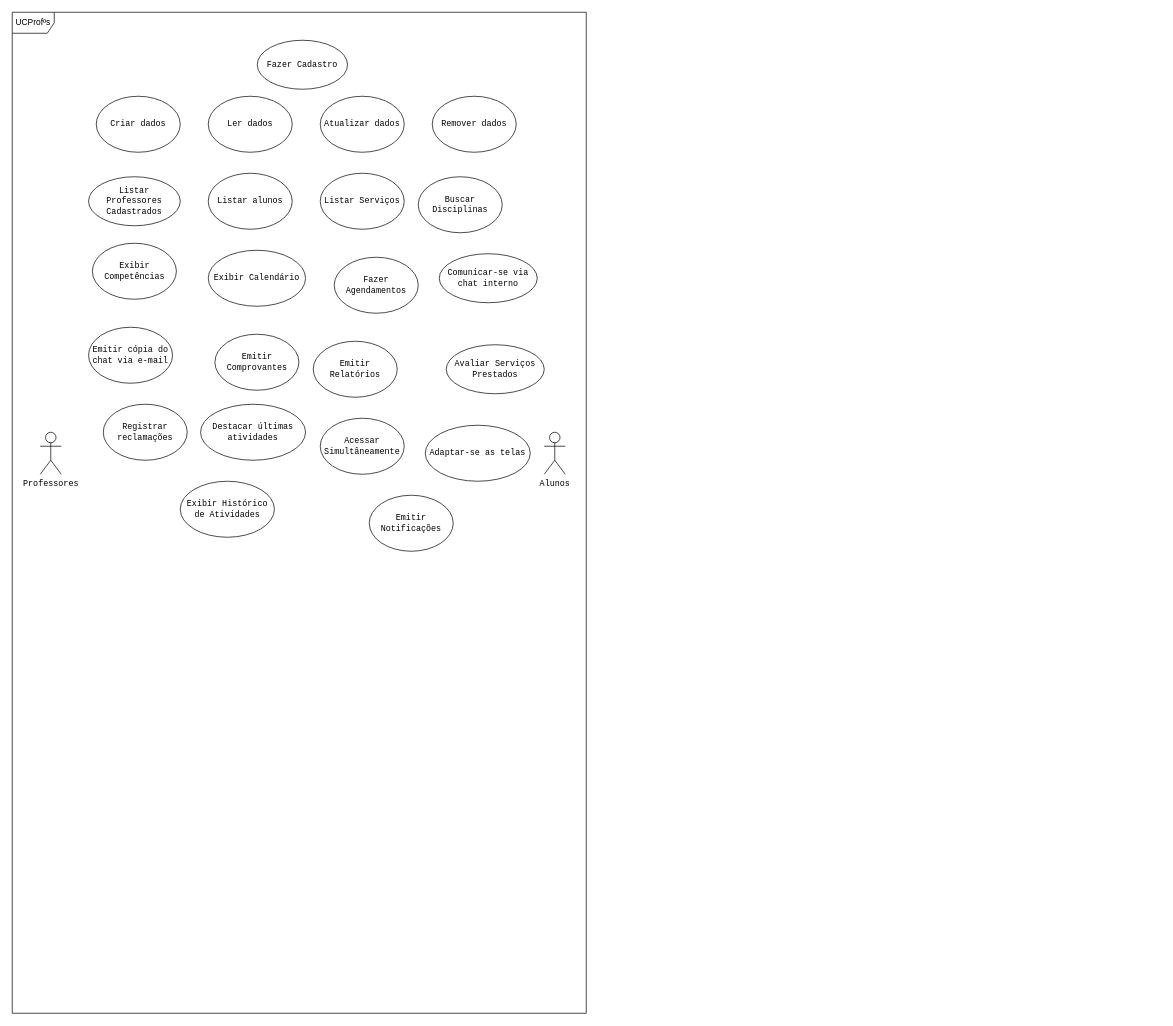
The draw.io diagram Caso de Uso.drawio in gabi-lessa/AnaliseProjetoSistemas, before the edit. Source tidied: cells renumbered, new cells numbered last; positions are measured from the earlier drawing's top-left corner, leaving out a move shared by most shapes. Both pictures are drawn from the tidied source at 70%, with x=0, y=0 at pixel (12, 12).
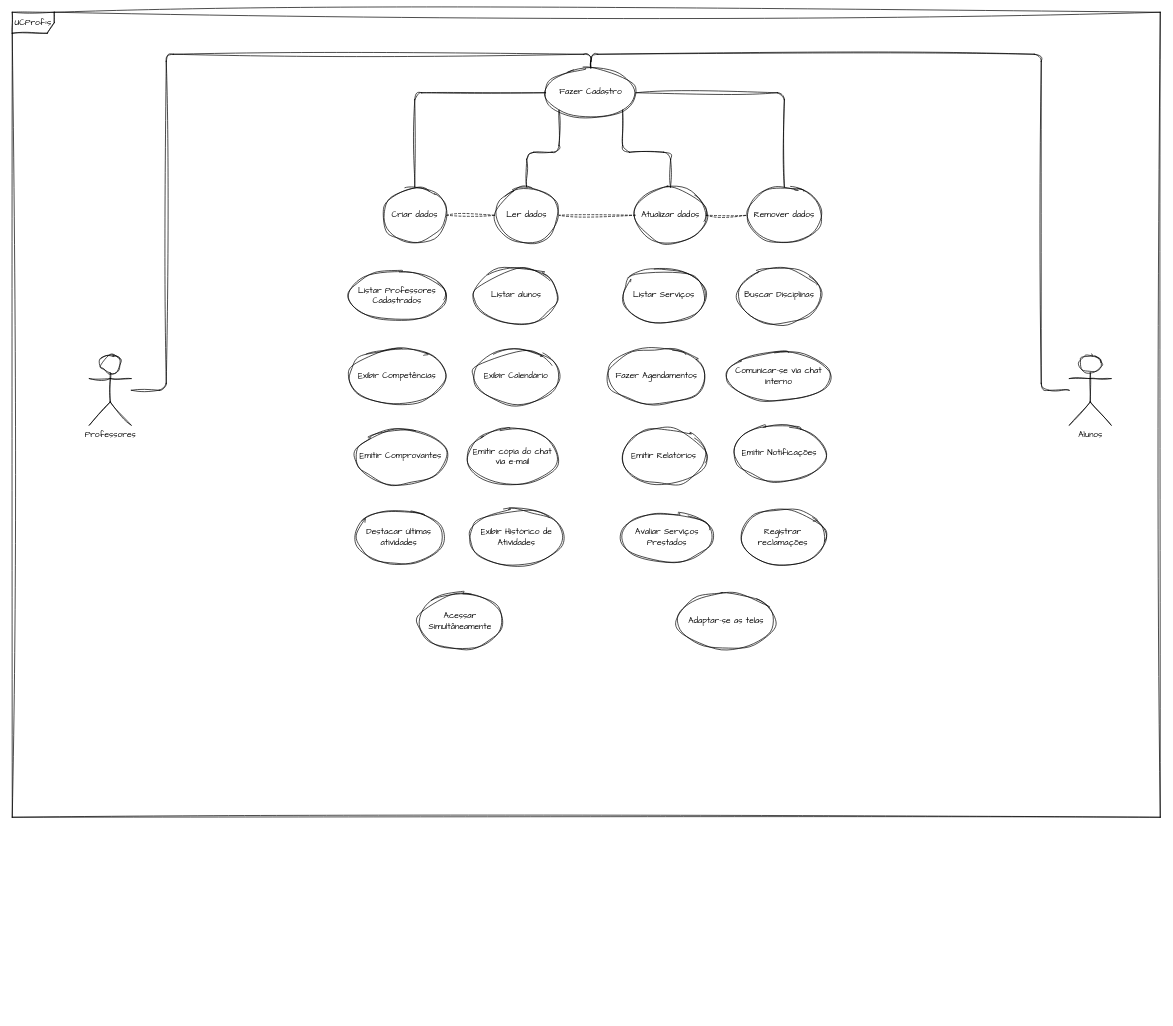
Above is the later version.

Change to the diagram source:
```diff
@@
+    <mxCell id="4" value="UCProfºs" style="shape=umlFrame;whiteSpace=wrap;html=1;rounded=1;sketch=1;curveFitting=1;jiggle=2;fontFamily=Architects Daughter;" parent="1" vertex="1">
+      <mxGeometry width="1640" height="1150" as="geometry" />
+    </mxCell>
-    <mxCell id="2" value="Professores" style="shape=umlActor;verticalLabelPosition=bottom;verticalAlign=top;html=1;outlineConnect=0;fontFamily=Courier New;" parent="1" vertex="1">
-      <mxGeometry x="40" y="600" width="30" height="60" as="geometry" />
+    <mxCell id="2" value="Professores" style="shape=umlActor;verticalLabelPosition=bottom;verticalAlign=top;html=1;outlineConnect=0;fontFamily=Architects Daughter;rounded=1;sketch=1;curveFitting=1;jiggle=2;" parent="1" vertex="1">
+      <mxGeometry x="110" y="490" width="60" height="100" as="geometry" />
     </mxCell>
-    <mxCell id="3" value="Alunos" style="shape=umlActor;verticalLabelPosition=bottom;verticalAlign=top;html=1;outlineConnect=0;fontFamily=Courier New;" parent="1" vertex="1">
-      <mxGeometry x="760" y="600" width="30" height="60" as="geometry" />
-    </mxCell>
-    <mxCell id="4" value="UCProfºs" style="shape=umlFrame;whiteSpace=wrap;html=1;" parent="1" vertex="1">
-      <mxGeometry width="820" height="1430" as="geometry" />
-    </mxCell>
+    <mxCell id="28" style="edgeStyle=orthogonalEdgeStyle;rounded=1;jettySize=auto;html=1;entryX=0.5;entryY=0;entryDx=0;entryDy=0;endArrow=none;endFill=0;sketch=1;curveFitting=1;jiggle=2;" parent="1" edge="1" source="3" target="5">
+      <mxGeometry relative="1" as="geometry">
+        <Array as="points">
+          <mxPoint x="1470" y="540" />
+          <mxPoint x="1470" y="60" />
+          <mxPoint x="827" y="60" />
+        </Array>
+      </mxGeometry>
+    </mxCell>
-    <mxCell id="5" value="Fazer Cadastro" style="ellipse;whiteSpace=wrap;html=1;fontFamily=Courier New;" parent="1" vertex="1">
-      <mxGeometry x="350" y="40" width="129" height="70" as="geometry" />
+    <mxCell id="5" value="Fazer Cadastro" style="ellipse;whiteSpace=wrap;html=1;fontFamily=Architects Daughter;rounded=1;sketch=1;curveFitting=1;jiggle=2;" parent="1" vertex="1">
+      <mxGeometry x="762" y="80" width="129" height="70" as="geometry" />
     </mxCell>
-    <mxCell id="6" value="Listar Professores Cadastrados" style="ellipse;whiteSpace=wrap;html=1;fontFamily=Courier New;" parent="1" vertex="1">
-      <mxGeometry x="109" y="235" width="131" height="70" as="geometry" />
+    <mxCell id="6" value="Listar Professores Cadastrados" style="ellipse;whiteSpace=wrap;html=1;fontFamily=Architects Daughter;rounded=1;sketch=1;curveFitting=1;jiggle=2;" parent="1" vertex="1">
+      <mxGeometry x="480" y="370" width="140" height="70" as="geometry" />
     </mxCell>
-    <mxCell id="7" value="Avaliar Serviços Prestados" style="ellipse;whiteSpace=wrap;html=1;fontFamily=Courier New;" parent="1" vertex="1">
-      <mxGeometry x="620" y="475" width="140" height="70" as="geometry" />
+    <mxCell id="7" value="Avaliar Serviços Prestados" style="ellipse;whiteSpace=wrap;html=1;fontFamily=Architects Daughter;rounded=1;sketch=1;curveFitting=1;jiggle=2;" parent="1" vertex="1">
+      <mxGeometry x="870" y="715" width="131" height="70" as="geometry" />
     </mxCell>
-    <mxCell id="8" value="Comunicar-se via chat interno" style="ellipse;whiteSpace=wrap;html=1;fontFamily=Courier New;" parent="1" vertex="1">
-      <mxGeometry x="610" y="345" width="140" height="70" as="geometry" />
+    <mxCell id="8" value="Comunicar-se via chat interno" style="ellipse;whiteSpace=wrap;html=1;fontFamily=Architects Daughter;rounded=1;sketch=1;curveFitting=1;jiggle=2;" parent="1" vertex="1">
+      <mxGeometry x="1020" y="485" width="150" height="70" as="geometry" />
     </mxCell>
-    <mxCell id="9" value="Exibir Calendário" style="ellipse;whiteSpace=wrap;html=1;fontFamily=Courier New;" parent="1" vertex="1">
-      <mxGeometry x="280" y="340" width="139" height="80" as="geometry" />
+    <mxCell id="9" value="Exibir Calendário" style="ellipse;whiteSpace=wrap;html=1;fontFamily=Architects Daughter;rounded=1;sketch=1;curveFitting=1;jiggle=2;" parent="1" vertex="1">
+      <mxGeometry x="660" y="480" width="120" height="80" as="geometry" />
     </mxCell>
-    <mxCell id="10" value="Exibir Competências" style="ellipse;whiteSpace=wrap;html=1;fontFamily=Courier New;" parent="1" vertex="1">
-      <mxGeometry x="114.5" y="330" width="120" height="80" as="geometry" />
+    <mxCell id="10" value="Exibir Competências" style="ellipse;whiteSpace=wrap;html=1;fontFamily=Architects Daughter;rounded=1;sketch=1;curveFitting=1;jiggle=2;" parent="1" vertex="1">
+      <mxGeometry x="480" y="480" width="140" height="80" as="geometry" />
     </mxCell>
-    <mxCell id="11" value="Emitir Relatórios" style="ellipse;whiteSpace=wrap;html=1;fontFamily=Courier New;" parent="1" vertex="1">
-      <mxGeometry x="430" y="470" width="120" height="80" as="geometry" />
+    <mxCell id="11" value="Emitir Relatórios" style="ellipse;whiteSpace=wrap;html=1;fontFamily=Architects Daughter;rounded=1;sketch=1;curveFitting=1;jiggle=2;" parent="1" vertex="1">
+      <mxGeometry x="871" y="595" width="120" height="80" as="geometry" />
     </mxCell>
-    <mxCell id="12" value="Fazer Agendamentos" style="ellipse;whiteSpace=wrap;html=1;fontFamily=Courier New;" parent="1" vertex="1">
-      <mxGeometry x="460" y="350" width="120" height="80" as="geometry" />
+    <mxCell id="12" value="Fazer Agendamentos" style="ellipse;whiteSpace=wrap;html=1;fontFamily=Architects Daughter;rounded=1;sketch=1;curveFitting=1;jiggle=2;" parent="1" vertex="1">
+      <mxGeometry x="850" y="480" width="141" height="80" as="geometry" />
     </mxCell>
-    <mxCell id="13" value="Listar Serviços" style="ellipse;whiteSpace=wrap;html=1;fontFamily=Courier New;" parent="1" vertex="1">
-      <mxGeometry x="440" y="230" width="120" height="80" as="geometry" />
+    <mxCell id="13" value="Listar Serviços" style="ellipse;whiteSpace=wrap;html=1;fontFamily=Architects Daughter;rounded=1;sketch=1;curveFitting=1;jiggle=2;" parent="1" vertex="1">
+      <mxGeometry x="871" y="365" width="120" height="80" as="geometry" />
     </mxCell>
-    <mxCell id="14" value="Emitir Comprovantes" style="ellipse;whiteSpace=wrap;html=1;fontFamily=Courier New;" parent="1" vertex="1">
-      <mxGeometry x="289.5" y="460" width="120" height="80" as="geometry" />
+    <mxCell id="14" value="Emitir Comprovantes" style="ellipse;whiteSpace=wrap;html=1;fontFamily=Architects Daughter;rounded=1;sketch=1;curveFitting=1;jiggle=2;" parent="1" vertex="1">
+      <mxGeometry x="490" y="595" width="130" height="80" as="geometry" />
     </mxCell>
-    <mxCell id="15" value="Buscar Disciplinas" style="ellipse;whiteSpace=wrap;html=1;fontFamily=Courier New;" parent="1" vertex="1">
-      <mxGeometry x="580" y="235" width="120" height="80" as="geometry" />
+    <mxCell id="15" value="Buscar Disciplinas" style="ellipse;whiteSpace=wrap;html=1;fontFamily=Architects Daughter;rounded=1;sketch=1;curveFitting=1;jiggle=2;" parent="1" vertex="1">
+      <mxGeometry x="1036" y="365" width="120" height="80" as="geometry" />
     </mxCell>
-    <mxCell id="16" value="Emitir Notificações" style="ellipse;whiteSpace=wrap;html=1;fontFamily=Courier New;" parent="1" vertex="1">
-      <mxGeometry x="510" y="690" width="120" height="80" as="geometry" />
+    <mxCell id="16" value="Emitir Notificações" style="ellipse;whiteSpace=wrap;html=1;fontFamily=Architects Daughter;rounded=1;sketch=1;curveFitting=1;jiggle=2;" parent="1" vertex="1">
+      <mxGeometry x="1030" y="590" width="132" height="80" as="geometry" />
     </mxCell>
-    <mxCell id="17" value="Exibir Histórico de Atividades" style="ellipse;whiteSpace=wrap;html=1;fontFamily=Courier New;" parent="1" vertex="1">
-      <mxGeometry x="240" y="670" width="134.5" height="80" as="geometry" />
+    <mxCell id="17" value="Exibir Histórico de Atividades" style="ellipse;whiteSpace=wrap;html=1;fontFamily=Architects Daughter;rounded=1;sketch=1;curveFitting=1;jiggle=2;" parent="1" vertex="1">
+      <mxGeometry x="652.8" y="710" width="134.5" height="80" as="geometry" />
     </mxCell>
-    <mxCell id="18" value="Acessar Simultâneamente" style="ellipse;whiteSpace=wrap;html=1;fontFamily=Courier New;" parent="1" vertex="1">
-      <mxGeometry x="440" y="580" width="120" height="80" as="geometry" />
+    <mxCell id="18" value="Acessar Simultâneamente" style="ellipse;whiteSpace=wrap;html=1;fontFamily=Architects Daughter;rounded=1;sketch=1;curveFitting=1;jiggle=2;" parent="1" vertex="1">
+      <mxGeometry x="580" y="830" width="120" height="80" as="geometry" />
     </mxCell>
-    <mxCell id="19" value="Adaptar-se as telas" style="ellipse;whiteSpace=wrap;html=1;fontFamily=Courier New;" parent="1" vertex="1">
-      <mxGeometry x="590" y="590" width="150" height="80" as="geometry" />
+    <mxCell id="19" value="Adaptar-se as telas" style="ellipse;whiteSpace=wrap;html=1;fontFamily=Architects Daughter;rounded=1;sketch=1;curveFitting=1;jiggle=2;" parent="1" vertex="1">
+      <mxGeometry x="950" y="830" width="140" height="80" as="geometry" />
     </mxCell>
-    <mxCell id="20" value="Listar alunos" style="ellipse;whiteSpace=wrap;html=1;fontFamily=Courier New;" parent="1" vertex="1">
-      <mxGeometry x="280" y="230" width="120" height="80" as="geometry" />
+    <mxCell id="20" value="Listar alunos" style="ellipse;whiteSpace=wrap;html=1;fontFamily=Architects Daughter;rounded=1;sketch=1;curveFitting=1;jiggle=2;" parent="1" vertex="1">
+      <mxGeometry x="660" y="365" width="120" height="80" as="geometry" />
     </mxCell>
-    <mxCell id="21" value="Registrar reclamações" style="ellipse;whiteSpace=wrap;html=1;fontFamily=Courier New;" parent="1" vertex="1">
-      <mxGeometry x="130" y="560" width="120" height="80" as="geometry" />
+    <mxCell id="21" value="Registrar reclamações" style="ellipse;whiteSpace=wrap;html=1;fontFamily=Architects Daughter;rounded=1;sketch=1;curveFitting=1;jiggle=2;" parent="1" vertex="1">
+      <mxGeometry x="1040" y="710" width="122" height="80" as="geometry" />
     </mxCell>
-    <mxCell id="22" value="Destacar últimas atividades" style="ellipse;whiteSpace=wrap;html=1;fontFamily=Courier New;" parent="1" vertex="1">
-      <mxGeometry x="269" y="560" width="150" height="80" as="geometry" />
+    <mxCell id="22" value="Destacar últimas atividades" style="ellipse;whiteSpace=wrap;html=1;fontFamily=Architects Daughter;rounded=1;sketch=1;curveFitting=1;jiggle=2;" parent="1" vertex="1">
+      <mxGeometry x="490" y="710" width="125" height="80" as="geometry" />
     </mxCell>
-    <mxCell id="23" value="Emitir cópia do chat via e-mail" style="ellipse;whiteSpace=wrap;html=1;fontFamily=Courier New;" parent="1" vertex="1">
-      <mxGeometry x="109" y="450" width="120" height="80" as="geometry" />
+    <mxCell id="23" value="Emitir cópia do chat via e-mail" style="ellipse;whiteSpace=wrap;html=1;fontFamily=Architects Daughter;rounded=1;sketch=1;curveFitting=1;jiggle=2;" parent="1" vertex="1">
+      <mxGeometry x="650" y="595" width="130" height="80" as="geometry" />
     </mxCell>
+    <mxCell id="29" style="edgeStyle=orthogonalEdgeStyle;rounded=1;jettySize=auto;html=1;dashed=1;endArrow=none;endFill=0;sketch=1;curveFitting=1;jiggle=2;" parent="1" edge="1" source="24" target="25">
+      <mxGeometry relative="1" as="geometry" />
+    </mxCell>
+    <mxCell id="30" style="edgeStyle=orthogonalEdgeStyle;rounded=1;jettySize=auto;html=1;entryX=0;entryY=1;entryDx=0;entryDy=0;endArrow=none;endFill=0;sketch=1;curveFitting=1;jiggle=2;" parent="1" edge="1" source="24" target="5">
+      <mxGeometry relative="1" as="geometry" />
+    </mxCell>
-    <mxCell id="24" value="Ler dados" style="ellipse;whiteSpace=wrap;html=1;fontFamily=Courier New;" parent="1" vertex="1">
-      <mxGeometry x="280" y="120" width="120" height="80" as="geometry" />
+    <mxCell id="24" value="Ler dados" style="ellipse;whiteSpace=wrap;html=1;fontFamily=Architects Daughter;rounded=1;sketch=1;curveFitting=1;jiggle=2;" parent="1" vertex="1">
+      <mxGeometry x="690" y="250" width="90" height="80" as="geometry" />
     </mxCell>
+    <mxCell id="31" style="edgeStyle=orthogonalEdgeStyle;rounded=1;jettySize=auto;html=1;dashed=1;endArrow=none;endFill=0;sketch=1;curveFitting=1;jiggle=2;" parent="1" edge="1" source="25" target="26">
+      <mxGeometry relative="1" as="geometry" />
+    </mxCell>
+    <mxCell id="32" style="edgeStyle=orthogonalEdgeStyle;rounded=1;jettySize=auto;html=1;exitX=0.5;exitY=0;exitDx=0;exitDy=0;entryX=1;entryY=1;entryDx=0;entryDy=0;endArrow=none;endFill=0;sketch=1;curveFitting=1;jiggle=2;" parent="1" edge="1" source="25" target="5">
+      <mxGeometry relative="1" as="geometry" />
+    </mxCell>
-    <mxCell id="25" value="Atualizar dados" style="ellipse;whiteSpace=wrap;html=1;fontFamily=Courier New;" parent="1" vertex="1">
-      <mxGeometry x="440" y="120" width="120" height="80" as="geometry" />
+    <mxCell id="25" value="Atualizar dados" style="ellipse;whiteSpace=wrap;html=1;fontFamily=Architects Daughter;rounded=1;sketch=1;curveFitting=1;jiggle=2;" parent="1" vertex="1">
+      <mxGeometry x="890" y="250" width="101" height="80" as="geometry" />
     </mxCell>
+    <mxCell id="33" style="edgeStyle=orthogonalEdgeStyle;rounded=1;jettySize=auto;html=1;exitX=0.5;exitY=0;exitDx=0;exitDy=0;entryX=1;entryY=0.5;entryDx=0;entryDy=0;endArrow=none;endFill=0;sketch=1;curveFitting=1;jiggle=2;" parent="1" edge="1" source="26" target="5">
+      <mxGeometry relative="1" as="geometry" />
+    </mxCell>
-    <mxCell id="26" value="Remover dados" style="ellipse;whiteSpace=wrap;html=1;fontFamily=Courier New;" parent="1" vertex="1">
-      <mxGeometry x="600" y="120" width="120" height="80" as="geometry" />
+    <mxCell id="26" value="Remover dados" style="ellipse;whiteSpace=wrap;html=1;fontFamily=Architects Daughter;rounded=1;sketch=1;curveFitting=1;jiggle=2;" parent="1" vertex="1">
+      <mxGeometry x="1050" y="250" width="106" height="80" as="geometry" />
     </mxCell>
+    <mxCell id="34" style="edgeStyle=orthogonalEdgeStyle;rounded=1;jettySize=auto;html=1;dashed=1;endArrow=none;endFill=0;sketch=1;curveFitting=1;jiggle=2;" parent="1" edge="1" source="27" target="24">
+      <mxGeometry relative="1" as="geometry" />
+    </mxCell>
+    <mxCell id="35" style="edgeStyle=orthogonalEdgeStyle;rounded=1;jettySize=auto;html=1;exitX=0.5;exitY=0;exitDx=0;exitDy=0;entryX=0;entryY=0.5;entryDx=0;entryDy=0;endArrow=none;endFill=0;sketch=1;curveFitting=1;jiggle=2;" parent="1" edge="1" source="27" target="5">
+      <mxGeometry relative="1" as="geometry" />
+    </mxCell>
-    <mxCell id="27" value="Criar dados" style="ellipse;whiteSpace=wrap;html=1;fontFamily=Courier New;" parent="1" vertex="1">
-      <mxGeometry x="120" y="120" width="120" height="80" as="geometry" />
+    <mxCell id="27" value="Criar dados" style="ellipse;whiteSpace=wrap;html=1;fontFamily=Architects Daughter;rounded=1;sketch=1;curveFitting=1;jiggle=2;" parent="1" vertex="1">
+      <mxGeometry x="530" y="250" width="90" height="80" as="geometry" />
     </mxCell>
+    <mxCell id="36" style="edgeStyle=orthogonalEdgeStyle;rounded=1;jettySize=auto;html=1;entryX=0.5;entryY=0;entryDx=0;entryDy=0;endArrow=none;endFill=0;sketch=1;curveFitting=1;jiggle=2;" parent="1" edge="1" source="2" target="5">
+      <mxGeometry relative="1" as="geometry">
+        <Array as="points">
+          <mxPoint x="220" y="540" />
+          <mxPoint x="220" y="60" />
+          <mxPoint x="827" y="60" />
+        </Array>
+      </mxGeometry>
+    </mxCell>
+    <mxCell id="3" value="Alunos" style="shape=umlActor;verticalLabelPosition=bottom;verticalAlign=top;html=1;outlineConnect=0;fontFamily=Architects Daughter;rounded=1;sketch=1;curveFitting=1;jiggle=2;" parent="1" vertex="1">
+      <mxGeometry x="1510" y="490" width="60" height="100" as="geometry" />
+    </mxCell>
```
